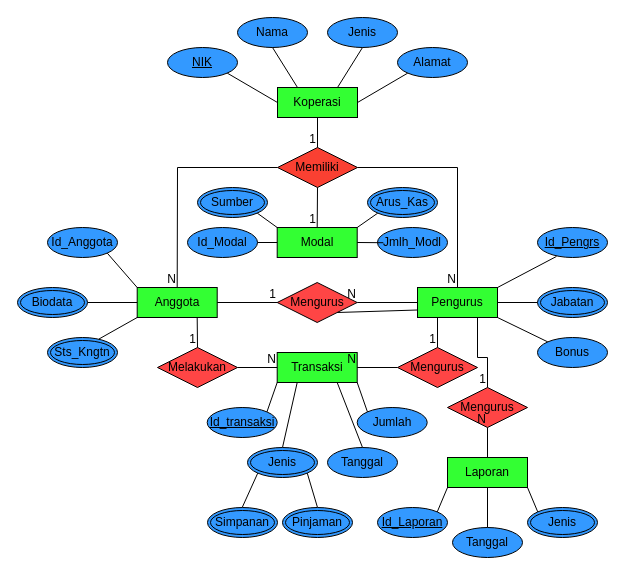
yogadwipayana/ERD keeps this draw.io diagram as Koperasi.drawio. Above is the earlier version. Source tidied: cells renumbered, new cells numbered last; positions are measured from the earlier drawing's top-left corner, leaving out a move shared by most shapes. Both pictures are drawn from the tidied source at 100%, with x=0, y=0 at pixel (17, 17).
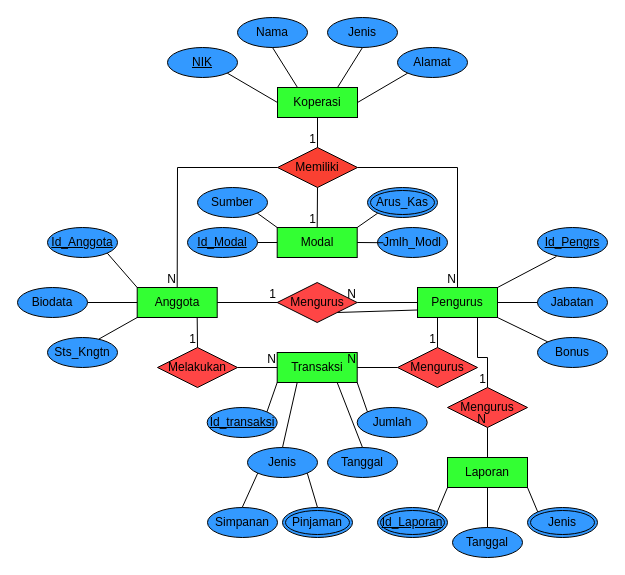
The same diagram, later.

The edit, as a diff of the source:
```diff
@@
-    <mxCell id="12" value="Id_Modal" style="ellipse;whiteSpace=wrap;html=1;align=center;fontStyle=0;fillColor=#3399FF;" parent="1" vertex="1">
+    <mxCell id="12" value="Id_Modal" style="ellipse;whiteSpace=wrap;html=1;align=center;fontStyle=4;fillColor=#3399FF;" parent="1" vertex="1">
       <mxGeometry x="170" y="210" width="70" height="30" as="geometry" />
     </mxCell>
-    <mxCell id="13" value="Id_Anggota" style="ellipse;whiteSpace=wrap;html=1;align=center;fontStyle=0;fillColor=#3399FF;" parent="1" vertex="1">
+    <mxCell id="13" value="Id_Anggota" style="ellipse;whiteSpace=wrap;html=1;align=center;fontStyle=4;fillColor=#3399FF;" parent="1" vertex="1">
       <mxGeometry x="30" y="210" width="70" height="30" as="geometry" />
     </mxCell>
@@
-    <mxCell id="18" value="Id_Laporan" style="ellipse;whiteSpace=wrap;html=1;align=center;fontStyle=4;fillColor=#3399FF;" parent="1" vertex="1">
+    <mxCell id="18" value="Id_Laporan" style="ellipse;shape=doubleEllipse;margin=3;whiteSpace=wrap;html=1;align=center;fillColor=#3399FF;fontStyle=4;" parent="1" vertex="1">
       <mxGeometry x="360" y="490" width="70" height="30" as="geometry" />
     </mxCell>
@@
-    <mxCell id="46" value="Jabatan" style="ellipse;shape=doubleEllipse;margin=3;whiteSpace=wrap;html=1;align=center;fillColor=#3399FF;" parent="1" vertex="1">
+    <mxCell id="46" value="Jabatan" style="ellipse;whiteSpace=wrap;html=1;align=center;fontStyle=0;fillColor=#3399FF;" parent="1" vertex="1">
       <mxGeometry x="520" y="270" width="70" height="30" as="geometry" />
     </mxCell>
@@
-    <mxCell id="48" value="Jenis" style="ellipse;shape=doubleEllipse;margin=3;whiteSpace=wrap;html=1;align=center;fillColor=#3399FF;" parent="1" vertex="1">
+    <mxCell id="48" value="Jenis" style="ellipse;whiteSpace=wrap;html=1;align=center;fontStyle=0;fillColor=#3399FF;" parent="1" vertex="1">
       <mxGeometry x="230" y="430" width="70" height="30" as="geometry" />
     </mxCell>
-    <mxCell id="49" value="Simpanan" style="ellipse;shape=doubleEllipse;margin=3;whiteSpace=wrap;html=1;align=center;fillColor=#3399FF;" parent="1" vertex="1">
+    <mxCell id="49" value="Simpanan" style="ellipse;whiteSpace=wrap;html=1;align=center;fontStyle=0;fillColor=#3399FF;" parent="1" vertex="1">
       <mxGeometry x="190" y="490" width="70" height="30" as="geometry" />
     </mxCell>
@@
-    <mxCell id="51" value="Biodata" style="ellipse;shape=doubleEllipse;margin=3;whiteSpace=wrap;html=1;align=center;fillColor=#3399FF;" parent="1" vertex="1">
+    <mxCell id="51" value="Biodata" style="ellipse;whiteSpace=wrap;html=1;align=center;fontStyle=0;fillColor=#3399FF;" parent="1" vertex="1">
       <mxGeometry y="270" width="70" height="30" as="geometry" />
     </mxCell>
-    <mxCell id="52" value="Sts_Kngtn" style="ellipse;shape=doubleEllipse;margin=3;whiteSpace=wrap;html=1;align=center;fillColor=#3399FF;" parent="1" vertex="1">
+    <mxCell id="52" value="Sts_Kngtn" style="ellipse;whiteSpace=wrap;html=1;align=center;fontStyle=0;fillColor=#3399FF;" parent="1" vertex="1">
       <mxGeometry x="30" y="320" width="70" height="30" as="geometry" />
     </mxCell>
@@
-    <mxCell id="54" value="Sumber" style="ellipse;shape=doubleEllipse;margin=3;whiteSpace=wrap;html=1;align=center;fillColor=#3399FF;" parent="1" vertex="1">
+    <mxCell id="54" value="Sumber" style="ellipse;whiteSpace=wrap;html=1;align=center;fontStyle=0;fillColor=#3399FF;" parent="1" vertex="1">
       <mxGeometry x="180" y="170" width="70" height="30" as="geometry" />
     </mxCell>
```
